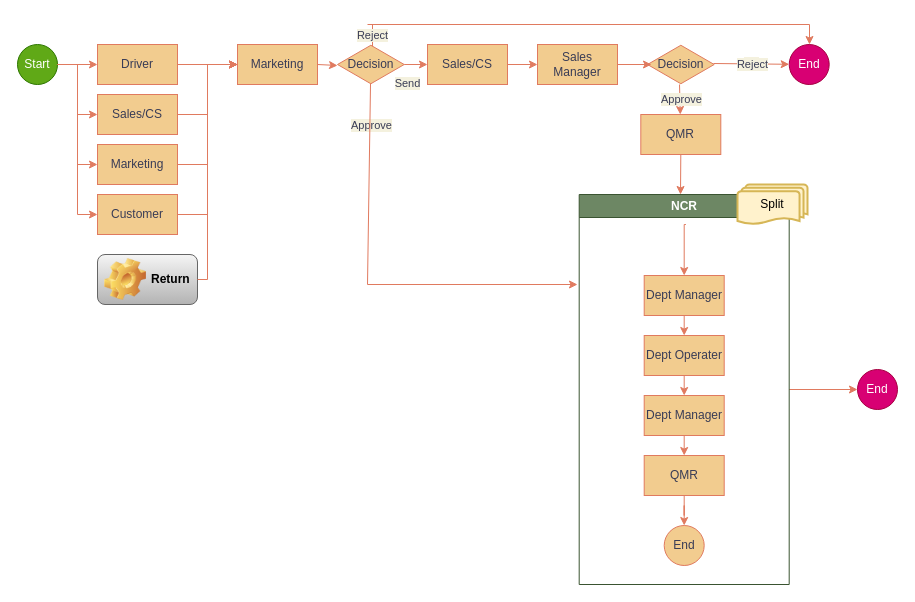
This is page "Altername Complain Flow" (3 of 4) of Complain.drawio from threewat-api/ComplainFlow, a draw.io file, before an edit. Source tidied: cells renumbered, new cells numbered last; positions are measured from the earlier drawing's top-left corner, leaving out a move shared by most shapes. Both pictures are drawn from the tidied source at 100%, with x=0, y=0 at pixel (17, 24).
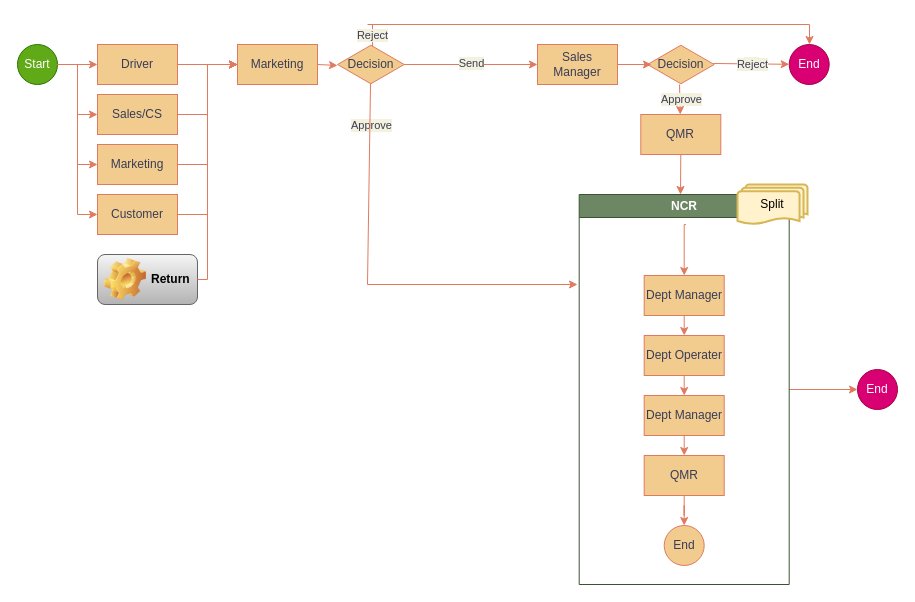
After the change.

Unchanged cells that the change refers to:
```xml
<mxCell id="8" value="Sales Manager" style="rounded=0;whiteSpace=wrap;html=1;fillColor=#F2CC8F;strokeColor=#E07A5F;fontColor=#393C56;" parent="1" vertex="1">
  <mxGeometry x="520" y="20" width="80" height="40" as="geometry" />
</mxCell>
<mxCell id="40" value="Decision" style="html=1;whiteSpace=wrap;shape=isoRectangle;fillColor=#F2CC8F;strokeColor=#E07A5F;fontColor=#393C56;" parent="1" vertex="1">
  <mxGeometry x="320" y="20" width="66.7" height="40" as="geometry" />
</mxCell>
```

The edit, as a diff of the source:
```diff
@@
-    <mxCell id="7" value="Sales/CS" style="rounded=0;whiteSpace=wrap;html=1;fillColor=#F2CC8F;strokeColor=#E07A5F;fontColor=#393C56;" parent="1" vertex="1">
-      <mxGeometry x="410" y="20" width="80" height="40" as="geometry" />
-    </mxCell>
@@
-    <mxCell id="16" style="endArrow=classic;html=1;rounded=0;exitX=1;exitY=0.5;exitDx=0;exitDy=0;entryX=0;entryY=0.5;entryDx=0;entryDy=0;labelBackgroundColor=#F4F1DE;strokeColor=#E07A5F;fontColor=#393C56;" parent="1" edge="1" source="7" target="8">
-      <mxGeometry relative="1" as="geometry" />
-    </mxCell>
@@
-    <mxCell id="39" style="edgeStyle=orthogonalEdgeStyle;rounded=0;jettySize=auto;html=1;strokeColor=#E07A5F;fontColor=#393C56;fontSize=12;fillColor=#F2CC8F;fontStyle=1;startSize=23;" parent="1" edge="1" source="40" target="7">
+    <mxCell id="39" style="edgeStyle=orthogonalEdgeStyle;rounded=0;jettySize=auto;html=1;strokeColor=#E07A5F;fontColor=#393C56;fontSize=12;fillColor=#F2CC8F;fontStyle=1;startSize=23;entryX=0;entryY=0.5;entryDx=0;entryDy=0;" parent="1" edge="1" source="40" target="8">
       <mxGeometry relative="1" as="geometry" />
     </mxCell>
@@
     <mxCell id="42" value="Send" style="edgeLabel;html=1;align=center;verticalAlign=middle;labelBackgroundColor=#F4F1DE;fontColor=#393C56;" parent="1" vertex="1">
-      <mxGeometry x="386.7" y="60" as="geometry">
+      <mxGeometry x="450" y="40" as="geometry">
         <mxPoint x="3" y="-2" as="offset" />
       </mxGeometry>
     </mxCell>
```
